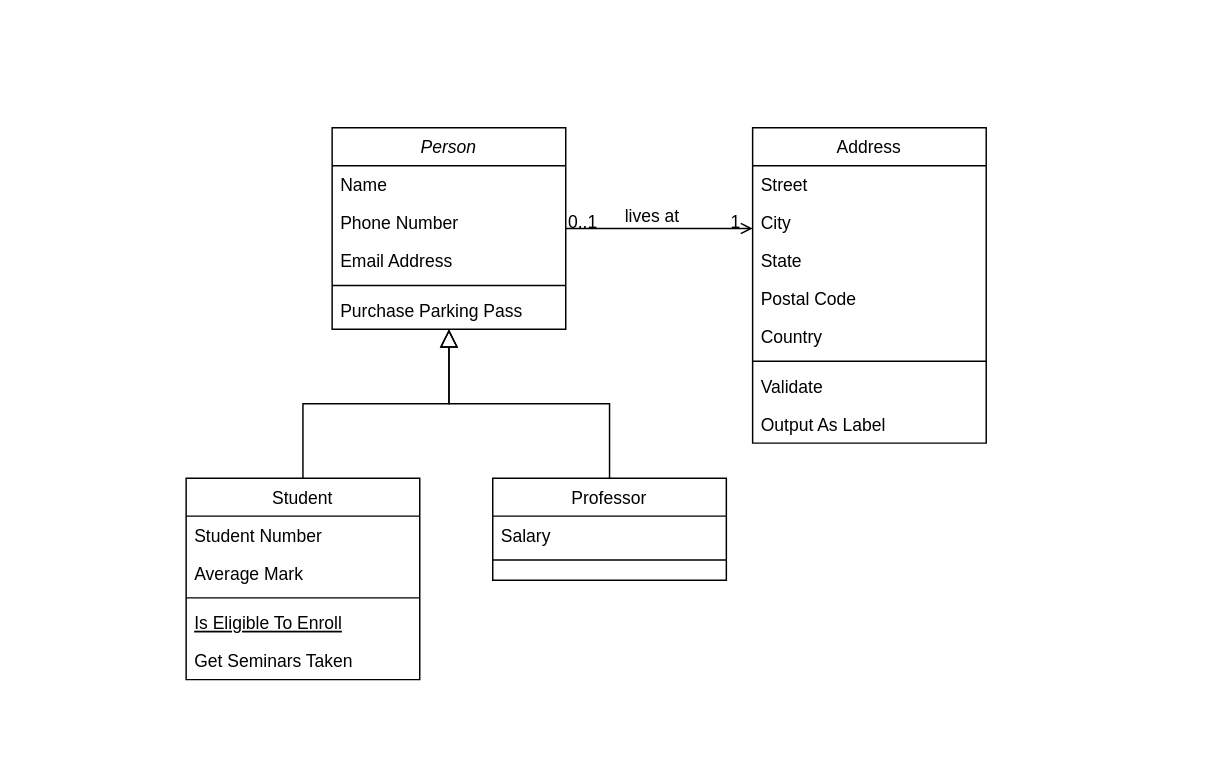
GH4ZII/WebDev keeps this draw.io diagram as Untitled Diagram.drawio. Above is the earlier version. Source tidied: cells renumbered, new cells numbered last; positions are measured from the earlier drawing's top-left corner, leaving out a move shared by most shapes. Both pictures are drawn from the tidied source at 146%, with x=0, y=0 at pixel (185, 127).
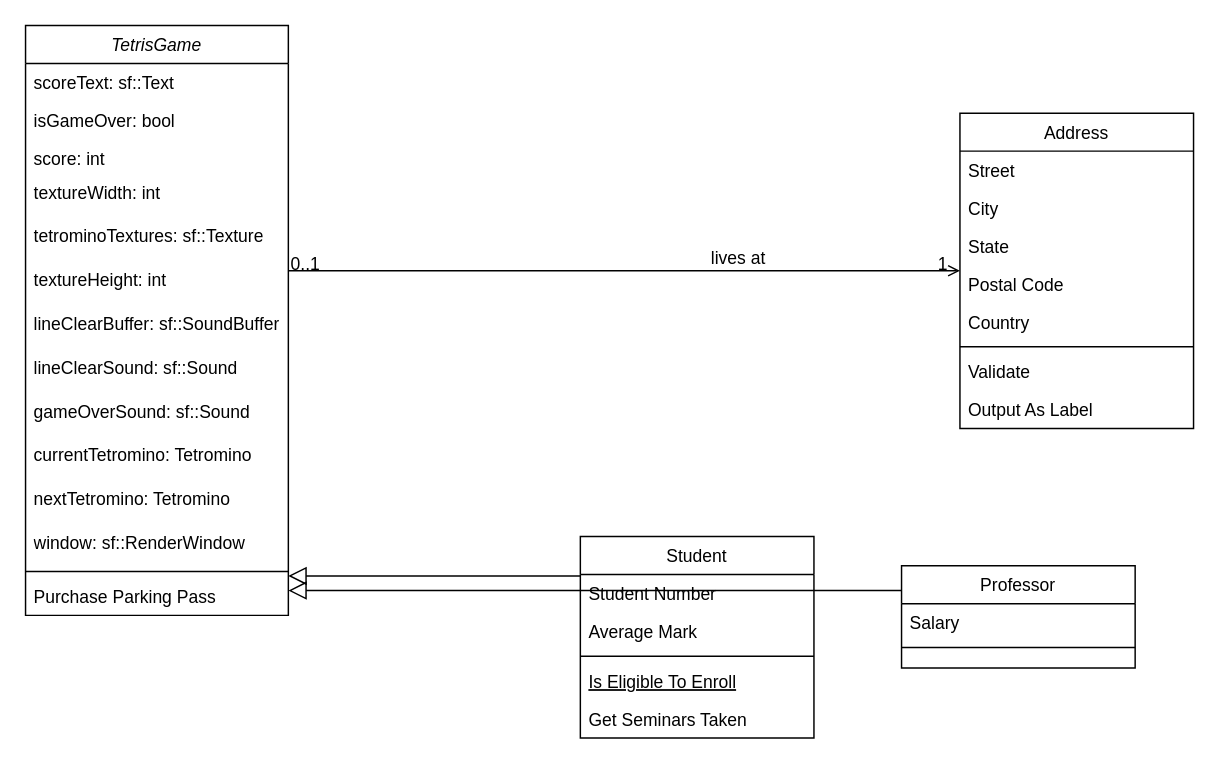
The same page after the edit.

The edit, as a diff of the source:
```diff
@@
-    <mxCell id="2" value="Person" style="swimlane;fontStyle=2;align=center;verticalAlign=top;horizontal=1;startSize=26;rounded=0;shadow=0;strokeWidth=1;" parent="1" vertex="1">
-      <mxGeometry x="100" width="160" height="138" as="geometry" />
+    <mxCell id="2" value="TetrisGame" style="swimlane;fontStyle=2;align=center;verticalAlign=top;horizontal=1;startSize=26;rounded=0;shadow=0;strokeWidth=1;" parent="1" vertex="1">
+      <mxGeometry x="-110" y="-70" width="180" height="404" as="geometry" />
     </mxCell>
-    <mxCell id="3" value="Name" style="text;align=left;verticalAlign=top;spacingLeft=4;spacingRight=4;overflow=hidden;" parent="2" vertex="1">
-      <mxGeometry y="26" width="160" height="26" as="geometry" />
+    <mxCell id="3" value="scoreText: sf::Text" style="text;align=left;verticalAlign=top;spacingLeft=4;spacingRight=4;overflow=hidden;" parent="2" vertex="1">
+      <mxGeometry y="26" width="180" height="26" as="geometry" />
     </mxCell>
-    <mxCell id="4" value="Phone Number" style="text;align=left;verticalAlign=top;spacingLeft=4;spacingRight=4;overflow=hidden;rounded=0;shadow=0;html=0;" parent="2" vertex="1">
-      <mxGeometry y="52" width="160" height="26" as="geometry" />
+    <mxCell id="4" value="isGameOver: bool" style="text;align=left;verticalAlign=top;spacingLeft=4;spacingRight=4;overflow=hidden;rounded=0;shadow=0;html=0;" parent="2" vertex="1">
+      <mxGeometry y="52" width="180" height="26" as="geometry" />
     </mxCell>
-    <mxCell id="5" value="Email Address" style="text;align=left;verticalAlign=top;spacingLeft=4;spacingRight=4;overflow=hidden;rounded=0;shadow=0;html=0;" parent="2" vertex="1">
-      <mxGeometry y="78" width="160" height="26" as="geometry" />
+    <mxCell id="5" value="score: int " style="text;align=left;verticalAlign=top;spacingLeft=4;spacingRight=4;overflow=hidden;rounded=0;shadow=0;html=0;" parent="2" vertex="1">
+      <mxGeometry y="78" width="180" height="22" as="geometry" />
     </mxCell>
+    <mxCell id="32" value="textureWidth: int" style="text;strokeColor=none;fillColor=none;align=left;verticalAlign=middle;spacingLeft=4;spacingRight=4;overflow=hidden;whiteSpace=wrap;html=1;" parent="2" vertex="1">
+      <mxGeometry y="100" width="180" height="30" as="geometry" />
+    </mxCell>
+    <mxCell id="33" value="tetrominoTextures: sf::Texture" style="text;strokeColor=none;fillColor=none;align=left;verticalAlign=middle;spacingLeft=4;spacingRight=4;overflow=hidden;whiteSpace=wrap;html=1;" parent="2" vertex="1">
+      <mxGeometry y="130" width="180" height="30" as="geometry" />
+    </mxCell>
+    <mxCell id="34" value="textureHeight: int" style="text;strokeColor=none;fillColor=none;align=left;verticalAlign=middle;spacingLeft=4;spacingRight=4;overflow=hidden;whiteSpace=wrap;html=1;" parent="2" vertex="1">
+      <mxGeometry y="160" width="180" height="30" as="geometry" />
+    </mxCell>
+    <mxCell id="35" value="lineClearBuffer: sf::SoundBuffer" style="text;strokeColor=none;fillColor=none;align=left;verticalAlign=middle;spacingLeft=4;spacingRight=4;overflow=hidden;whiteSpace=wrap;html=1;" parent="2" vertex="1">
+      <mxGeometry y="190" width="180" height="30" as="geometry" />
+    </mxCell>
+    <mxCell id="36" value="lineClearSound: sf::Sound" style="text;strokeColor=none;fillColor=none;align=left;verticalAlign=middle;spacingLeft=4;spacingRight=4;overflow=hidden;whiteSpace=wrap;html=1;" parent="2" vertex="1">
+      <mxGeometry y="220" width="180" height="30" as="geometry" />
+    </mxCell>
+    <mxCell id="37" value="gameOverSound: sf::Sound" style="text;strokeColor=none;fillColor=none;align=left;verticalAlign=middle;spacingLeft=4;spacingRight=4;overflow=hidden;whiteSpace=wrap;html=1;" parent="2" vertex="1">
+      <mxGeometry y="250" width="180" height="30" as="geometry" />
+    </mxCell>
+    <mxCell id="38" value="currentTetromino: Tetromino" style="text;strokeColor=none;fillColor=none;align=left;verticalAlign=middle;spacingLeft=4;spacingRight=4;overflow=hidden;whiteSpace=wrap;html=1;" parent="2" vertex="1">
+      <mxGeometry y="280" width="180" height="30" as="geometry" />
+    </mxCell>
+    <mxCell id="39" value="nextTetromino: Tetromino" style="text;strokeColor=none;fillColor=none;align=left;verticalAlign=middle;spacingLeft=4;spacingRight=4;overflow=hidden;whiteSpace=wrap;html=1;" parent="2" vertex="1">
+      <mxGeometry y="310" width="180" height="30" as="geometry" />
+    </mxCell>
+    <mxCell id="40" value="window: sf::RenderWindow" style="text;strokeColor=none;fillColor=none;align=left;verticalAlign=middle;spacingLeft=4;spacingRight=4;overflow=hidden;whiteSpace=wrap;html=1;" parent="2" vertex="1">
+      <mxGeometry y="340" width="180" height="30" as="geometry" />
+    </mxCell>
     <mxCell id="6" style="line;html=1;strokeWidth=1;align=left;verticalAlign=middle;spacingTop=-1;spacingLeft=3;spacingRight=3;labelPosition=right;" parent="2" vertex="1">
-      <mxGeometry y="104" width="160" height="8" as="geometry" />
+      <mxGeometry y="370" width="180" height="8" as="geometry" />
     </mxCell>
     <mxCell id="7" value="Purchase Parking Pass" style="text;align=left;verticalAlign=top;spacingLeft=4;spacingRight=4;overflow=hidden;" parent="2" vertex="1">
-      <mxGeometry y="112" width="160" height="26" as="geometry" />
+      <mxGeometry y="378" width="180" height="26" as="geometry" />
     </mxCell>
     <mxCell id="8" value="Student" style="swimlane;fontStyle=0;align=center;verticalAlign=top;horizontal=1;startSize=26;rounded=0;shadow=0;strokeWidth=1;" parent="1" vertex="1">
-      <mxGeometry y="240" width="160" height="138" as="geometry" />
+      <mxGeometry x="270" y="280" width="160" height="138" as="geometry" />
     </mxCell>
@@
     <mxCell id="15" value="Professor" style="swimlane;fontStyle=0;align=center;verticalAlign=top;horizontal=1;startSize=26;rounded=0;shadow=0;strokeWidth=1;" parent="1" vertex="1">
-      <mxGeometry x="210" y="240" width="160" height="70" as="geometry" />
+      <mxGeometry x="490" y="300" width="160" height="70" as="geometry" />
     </mxCell>
@@
     <mxCell id="19" value="Address" style="swimlane;fontStyle=0;align=center;verticalAlign=top;horizontal=1;startSize=26;rounded=0;shadow=0;strokeWidth=1;" parent="1" vertex="1">
-      <mxGeometry x="388" width="160" height="216" as="geometry" />
+      <mxGeometry x="530" y="-10" width="160" height="216" as="geometry" />
     </mxCell>
```
